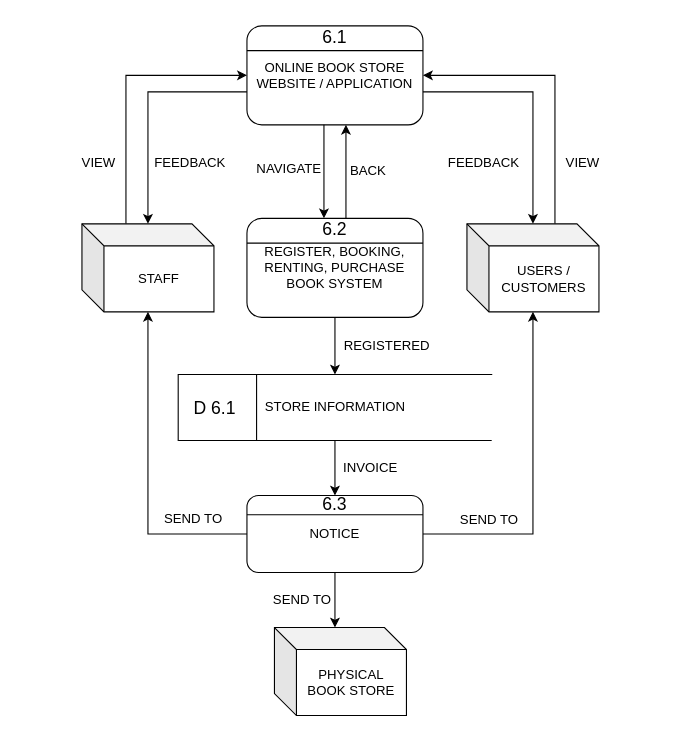
Before: page "Context Diagram" (12 of 13) of SYAD Data Flow Diagram .drawio in AngJianming/Bookworm-Paradise-System-Analysis-And-Design, a draw.io diagram. Source tidied: cells renumbered, new cells numbered last; positions are measured from the earlier drawing's top-left corner, leaving out a move shared by most shapes. Both pictures are drawn from the tidied source at 110%, with x=0, y=0 at pixel (70, 25).
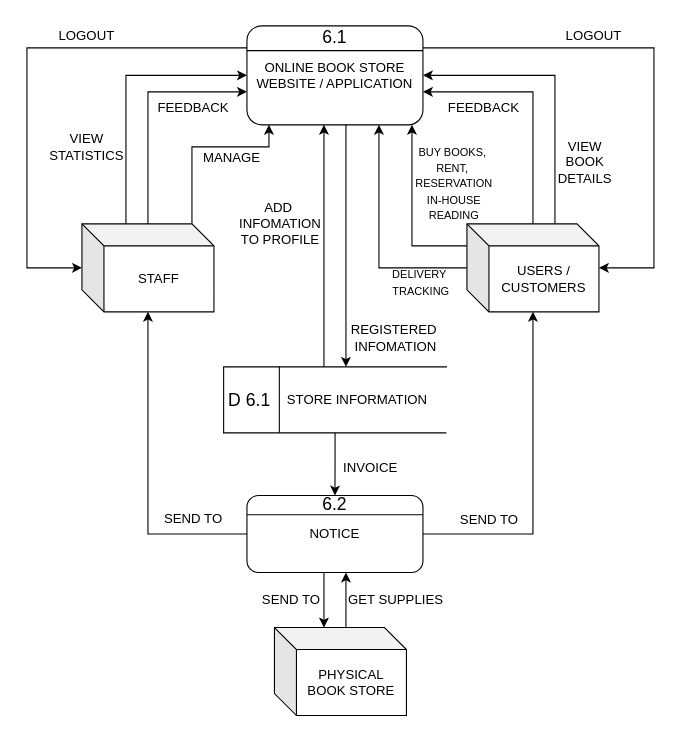
After the change.

Unchanged cells that the change refers to:
```xml
<mxCell id="3" value="ONLINE BOOK STORE&lt;div&gt;WEBSITE / APPLICATION&lt;/div&gt;" style="rounded=1;whiteSpace=wrap;html=1;" parent="2" vertex="1">
  <mxGeometry width="160" height="90" as="geometry" />
</mxCell>
<mxCell id="12" value="STAFF" style="shape=cube;whiteSpace=wrap;html=1;boundedLbl=1;backgroundOutline=1;darkOpacity=0.05;darkOpacity2=0.1;" parent="1" vertex="1">
  <mxGeometry x="10" y="180" width="120" height="80" as="geometry" />
</mxCell>
<mxCell id="14" value="USERS /&lt;div&gt;CUSTOMERS&lt;/div&gt;" style="shape=cube;whiteSpace=wrap;html=1;boundedLbl=1;backgroundOutline=1;darkOpacity=0.05;darkOpacity2=0.1;" parent="1" vertex="1">
  <mxGeometry x="360" y="180" width="120" height="80" as="geometry" />
</mxCell>
<mxCell id="31" style="group;" parent="1" vertex="1">
  <mxGeometry x="160" y="427" width="160" height="70" as="geometry" />
</mxCell>
<mxCell id="32" value="NOTICE" style="rounded=1;whiteSpace=wrap;html=1;" parent="31" vertex="1">
  <mxGeometry width="160" height="70" as="geometry" />
</mxCell>
<mxCell id="41" value="&lt;div&gt;PHYSICAL&lt;/div&gt;BOOK STORE" style="shape=cube;whiteSpace=wrap;html=1;boundedLbl=1;backgroundOutline=1;darkOpacity=0.05;darkOpacity2=0.1;" parent="1" vertex="1">
  <mxGeometry x="185" y="547" width="120" height="80" as="geometry" />
</mxCell>
```

The edit, as a diff of the source:
```diff
@@
     <mxCell id="6" style="group;" parent="1" vertex="1">
-      <mxGeometry x="97.5" y="317" width="285" height="60" as="geometry" />
+      <mxGeometry x="138.8" y="310" width="202.5" height="60" as="geometry" />
     </mxCell>
-    <mxCell id="7" value="STORE INFORMATION" style="shape=partialRectangle;whiteSpace=wrap;html=1;bottom=0;right=0;fillColor=none;" parent="6" vertex="1">
-      <mxGeometry width="285" height="60" as="geometry" />
+    <mxCell id="7" value="&lt;blockquote style=&quot;margin: 0 0 0 40px; border: none; padding: 0px;&quot;&gt;STORE INFORMATION&lt;/blockquote&gt;" style="shape=partialRectangle;whiteSpace=wrap;html=1;bottom=0;right=0;fillColor=none;" parent="6" vertex="1">
+      <mxGeometry width="202.5" height="60" as="geometry" />
     </mxCell>
@@
     <mxCell id="10" value="&lt;span style=&quot;font-size: 16px;&quot;&gt;D 6.1&lt;/span&gt;" style="text;html=1;align=center;verticalAlign=middle;whiteSpace=wrap;rounded=0;" parent="6" vertex="1">
-      <mxGeometry y="15" width="65.8" height="30" as="geometry" />
+      <mxGeometry y="15" width="46.7" height="30" as="geometry" />
     </mxCell>
@@
+    <mxCell id="44" style="edgeStyle=orthogonalEdgeStyle;rounded=0;jettySize=auto;html=1;endArrow=none;endFill=0;startArrow=classic;startFill=1;" parent="1" edge="1" source="12" target="3">
+      <mxGeometry relative="1" as="geometry">
+        <Array as="points">
+          <mxPoint x="-40" y="220" />
+          <mxPoint x="-40" y="20" />
+        </Array>
+      </mxGeometry>
+    </mxCell>
+    <mxCell id="45" style="edgeStyle=orthogonalEdgeStyle;rounded=0;jettySize=auto;html=1;" parent="1" edge="1" source="12" target="3">
+      <mxGeometry relative="1" as="geometry">
+        <Array as="points">
+          <mxPoint x="110" y="110" />
+          <mxPoint x="180" y="110" />
+        </Array>
+      </mxGeometry>
+    </mxCell>
@@
+    <mxCell id="46" style="edgeStyle=orthogonalEdgeStyle;rounded=0;jettySize=auto;html=1;endArrow=none;endFill=0;startArrow=classic;startFill=1;" parent="1" edge="1" source="14" target="3">
+      <mxGeometry relative="1" as="geometry">
+        <Array as="points">
+          <mxPoint x="530" y="220" />
+          <mxPoint x="530" y="20" />
+        </Array>
+      </mxGeometry>
+    </mxCell>
+    <mxCell id="47" style="edgeStyle=orthogonalEdgeStyle;rounded=0;jettySize=auto;html=1;" parent="1" edge="1" source="14" target="3">
+      <mxGeometry relative="1" as="geometry">
+        <Array as="points">
+          <mxPoint x="310" y="200" />
+        </Array>
+      </mxGeometry>
+    </mxCell>
+    <mxCell id="48" style="edgeStyle=orthogonalEdgeStyle;rounded=0;jettySize=auto;html=1;" parent="1" edge="1" source="14" target="3">
+      <mxGeometry relative="1" as="geometry">
+        <Array as="points">
+          <mxPoint x="280" y="220" />
+        </Array>
+      </mxGeometry>
+    </mxCell>
@@
-    <mxCell id="15" style="edgeStyle=orthogonalEdgeStyle;rounded=0;jettySize=auto;html=1;" parent="1" edge="1" source="3" target="12">
+    <mxCell id="15" style="edgeStyle=orthogonalEdgeStyle;rounded=0;jettySize=auto;html=1;startArrow=classic;startFill=1;endArrow=none;endFill=0;" parent="1" edge="1" source="3" target="12">
       <mxGeometry relative="1" as="geometry">
         <Array as="points">
           <mxPoint x="70" y="60" />
         </Array>
       </mxGeometry>
     </mxCell>
-    <mxCell id="16" style="edgeStyle=orthogonalEdgeStyle;rounded=0;jettySize=auto;html=1;" parent="1" edge="1" source="3" target="14">
+    <mxCell id="16" style="edgeStyle=orthogonalEdgeStyle;rounded=0;jettySize=auto;html=1;endArrow=none;endFill=0;startArrow=classic;startFill=1;" parent="1" edge="1" source="3" target="14">
       <mxGeometry relative="1" as="geometry">
         <Array as="points">
           <mxPoint x="420" y="60" />
         </Array>
       </mxGeometry>
     </mxCell>
-    <mxCell id="17" value="VIEW" style="text;html=1;align=center;verticalAlign=middle;strokeColor=none;fillColor=none;" parent="1" vertex="1">
-      <mxGeometry x="440" y="110" width="50" height="30" as="geometry" />
+    <mxCell id="17" value="VIEW&lt;div&gt;BOOK&lt;/div&gt;&lt;div&gt;DETAILS&lt;/div&gt;" style="text;html=1;align=center;verticalAlign=middle;strokeColor=none;fillColor=none;" parent="1" vertex="1">
+      <mxGeometry x="432" y="94" width="70" height="60" as="geometry" />
     </mxCell>
     <mxCell id="18" value="FEEDBACK" style="text;html=1;align=center;verticalAlign=middle;strokeColor=none;fillColor=none;" parent="1" vertex="1">
-      <mxGeometry x="330" y="110" width="90" height="30" as="geometry" />
+      <mxGeometry x="330" y="60" width="90" height="30" as="geometry" />
     </mxCell>
-    <mxCell id="19" value="VIEW" style="text;html=1;align=center;verticalAlign=middle;strokeColor=none;fillColor=none;" parent="1" vertex="1">
-      <mxGeometry y="110" width="50" height="30" as="geometry" />
+    <mxCell id="19" value="VIEW&lt;div&gt;STATISTICS&lt;/div&gt;" style="text;html=1;align=center;verticalAlign=middle;strokeColor=none;fillColor=none;" parent="1" vertex="1">
+      <mxGeometry x="-31" y="90" width="90" height="40" as="geometry" />
     </mxCell>
     <mxCell id="20" value="FEEDBACK" style="text;html=1;align=center;verticalAlign=middle;strokeColor=none;fillColor=none;" parent="1" vertex="1">
-      <mxGeometry x="63" y="110" width="90" height="30" as="geometry" />
+      <mxGeometry x="66" y="60" width="90" height="30" as="geometry" />
     </mxCell>
-    <mxCell id="21" style="group;" parent="1" vertex="1">
-      <mxGeometry x="160" y="175" width="160" height="90" as="geometry" />
-    </mxCell>
-    <mxCell id="22" value="REGISTER, BOOKING, RENTING, PURCHASE BOOK SYSTEM" style="rounded=1;whiteSpace=wrap;html=1;" parent="21" vertex="1">
-      <mxGeometry width="160" height="90" as="geometry" />
-    </mxCell>
-    <mxCell id="23" style="endArrow=none;html=1;rounded=0;exitX=0;exitY=0.25;exitDx=0;exitDy=0;entryX=1;entryY=0.25;entryDx=0;entryDy=0;" parent="21" edge="1" source="22" target="22">
-      <mxGeometry relative="1" as="geometry" />
-    </mxCell>
-    <mxCell id="24" value="&lt;span style=&quot;font-size: 16px;&quot;&gt;6.2&lt;/span&gt;" style="text;html=1;align=center;verticalAlign=middle;whiteSpace=wrap;rounded=0;" parent="21" vertex="1">
-      <mxGeometry x="50" y="0.6" width="60" height="18.5" as="geometry" />
-    </mxCell>
-    <mxCell id="25" style="edgeStyle=orthogonalEdgeStyle;rounded=0;jettySize=auto;html=1;" parent="1" edge="1" source="3" target="22">
-      <mxGeometry relative="1" as="geometry">
-        <Array as="points">
-          <mxPoint x="230" y="127" />
-          <mxPoint x="230" y="127" />
-        </Array>
-      </mxGeometry>
-    </mxCell>
-    <mxCell id="26" style="edgeStyle=orthogonalEdgeStyle;rounded=0;jettySize=auto;html=1;" parent="1" edge="1" source="24" target="3">
-      <mxGeometry relative="1" as="geometry">
-        <Array as="points">
-          <mxPoint x="250" y="137" />
-          <mxPoint x="250" y="137" />
-        </Array>
-      </mxGeometry>
-    </mxCell>
-    <mxCell id="27" value="NAVIGATE" style="text;html=1;align=center;verticalAlign=middle;strokeColor=none;fillColor=none;" parent="1" vertex="1">
-      <mxGeometry x="158" y="115" width="80" height="30" as="geometry" />
-    </mxCell>
-    <mxCell id="28" value="BACK" style="text;html=1;align=center;verticalAlign=middle;strokeColor=none;fillColor=none;" parent="1" vertex="1">
-      <mxGeometry x="240" y="117" width="60" height="30" as="geometry" />
-    </mxCell>
-    <mxCell id="29" style="edgeStyle=orthogonalEdgeStyle;rounded=0;jettySize=auto;html=1;" parent="1" edge="1" source="22" target="7">
-      <mxGeometry relative="1" as="geometry" />
-    </mxCell>
-    <mxCell id="30" value="REGISTERED" style="text;html=1;align=center;verticalAlign=middle;strokeColor=none;fillColor=none;" parent="1" vertex="1">
-      <mxGeometry x="237" y="276" width="100" height="30" as="geometry" />
+    <mxCell id="30" value="REGISTERED&amp;nbsp;&lt;div&gt;INFOMATION&lt;/div&gt;" style="text;html=1;align=center;verticalAlign=middle;strokeColor=none;fillColor=none;" parent="1" vertex="1">
+      <mxGeometry x="245" y="264" width="100" height="40" as="geometry" />
     </mxCell>
@@
-    <mxCell id="34" value="&lt;span style=&quot;font-size: 16px;&quot;&gt;6.3&lt;/span&gt;" style="text;html=1;align=center;verticalAlign=middle;whiteSpace=wrap;rounded=0;" parent="31" vertex="1">
+    <mxCell id="34" value="&lt;span style=&quot;font-size: 16px;&quot;&gt;6.2&lt;/span&gt;" style="text;html=1;align=center;verticalAlign=middle;whiteSpace=wrap;rounded=0;" parent="31" vertex="1">
       <mxGeometry x="50" y="0.5" width="60" height="14.4" as="geometry" />
     </mxCell>
@@
+    <mxCell id="49" style="edgeStyle=orthogonalEdgeStyle;rounded=0;jettySize=auto;html=1;" parent="1" edge="1" source="41" target="32">
+      <mxGeometry relative="1" as="geometry">
+        <Array as="points">
+          <mxPoint x="250" y="540" />
+          <mxPoint x="250" y="540" />
+        </Array>
+      </mxGeometry>
+    </mxCell>
@@
     <mxCell id="42" style="edgeStyle=orthogonalEdgeStyle;rounded=0;jettySize=auto;html=1;" parent="1" edge="1" source="32" target="41">
       <mxGeometry relative="1" as="geometry">
         <Array as="points">
-          <mxPoint x="240" y="527" />
-          <mxPoint x="240" y="527" />
+          <mxPoint x="230" y="520" />
+          <mxPoint x="230" y="520" />
         </Array>
       </mxGeometry>
     </mxCell>
     <mxCell id="43" value="SEND TO" style="text;html=1;align=center;verticalAlign=middle;strokeColor=none;fillColor=none;" parent="1" vertex="1">
-      <mxGeometry x="170" y="507" width="80" height="30" as="geometry" />
+      <mxGeometry x="160" y="507" width="80" height="30" as="geometry" />
     </mxCell>
+    <mxCell id="50" value="LOGOUT" style="text;html=1;align=center;verticalAlign=middle;strokeColor=none;fillColor=none;" parent="1" vertex="1">
+      <mxGeometry x="440" y="-6" width="70" height="30" as="geometry" />
+    </mxCell>
+    <mxCell id="51" value="LOGOUT" style="text;html=1;align=center;verticalAlign=middle;strokeColor=none;fillColor=none;" parent="1" vertex="1">
+      <mxGeometry x="-21" y="-6" width="70" height="30" as="geometry" />
+    </mxCell>
+    <mxCell id="52" style="edgeStyle=orthogonalEdgeStyle;rounded=0;jettySize=auto;html=1;" parent="1" edge="1" source="3" target="7">
+      <mxGeometry relative="1" as="geometry">
+        <Array as="points">
+          <mxPoint x="250" y="210" />
+          <mxPoint x="250" y="210" />
+        </Array>
+      </mxGeometry>
+    </mxCell>
+    <mxCell id="53" style="edgeStyle=orthogonalEdgeStyle;rounded=0;jettySize=auto;html=1;" parent="1" edge="1" source="7" target="3">
+      <mxGeometry relative="1" as="geometry">
+        <Array as="points">
+          <mxPoint x="230" y="200" />
+          <mxPoint x="230" y="200" />
+        </Array>
+      </mxGeometry>
+    </mxCell>
+    <mxCell id="54" value="ADD&amp;nbsp;&lt;div&gt;INFOMATION&lt;div&gt;TO PROFILE&lt;/div&gt;&lt;/div&gt;" style="text;html=1;align=center;verticalAlign=middle;strokeColor=none;fillColor=none;" parent="1" vertex="1">
+      <mxGeometry x="140" y="150" width="100" height="60" as="geometry" />
+    </mxCell>
+    <mxCell id="55" value="GET SUPPLIES" style="text;html=1;align=center;verticalAlign=middle;strokeColor=none;fillColor=none;" parent="1" vertex="1">
+      <mxGeometry x="240" y="507" width="110" height="30" as="geometry" />
+    </mxCell>
+    <mxCell id="56" value="MANAGE" style="text;html=1;align=center;verticalAlign=middle;strokeColor=none;fillColor=none;" parent="1" vertex="1">
+      <mxGeometry x="106" y="105" width="80" height="30" as="geometry" />
+    </mxCell>
+    <mxCell id="57" value="&lt;font style=&quot;font-size: 10px;&quot;&gt;BUY BOOKS,&amp;nbsp;&lt;/font&gt;&lt;div&gt;&lt;font style=&quot;font-size: 10px;&quot;&gt;RENT,&amp;nbsp;&lt;/font&gt;&lt;/div&gt;&lt;div&gt;&lt;span style=&quot;font-size: 10px;&quot;&gt;RESERVATION&lt;/span&gt;&lt;/div&gt;&lt;div&gt;&lt;span style=&quot;font-size: 10px;&quot;&gt;IN-HOUSE&lt;/span&gt;&lt;/div&gt;&lt;div&gt;&lt;span style=&quot;font-size: 10px;&quot;&gt;READING&lt;/span&gt;&lt;/div&gt;" style="text;html=1;align=center;verticalAlign=middle;strokeColor=none;fillColor=none;" parent="1" vertex="1">
+      <mxGeometry x="303" y="98" width="90" height="90" as="geometry" />
+    </mxCell>
+    <mxCell id="58" value="&lt;font style=&quot;font-size: 10px;&quot;&gt;DELIVERY&amp;nbsp;&lt;/font&gt;&lt;div&gt;&lt;font style=&quot;font-size: 10px;&quot;&gt;TRACKING&lt;/font&gt;&lt;/div&gt;" style="text;html=1;align=center;verticalAlign=middle;strokeColor=none;fillColor=none;" parent="1" vertex="1">
+      <mxGeometry x="278" y="213" width="80" height="40" as="geometry" />
+    </mxCell>
```
